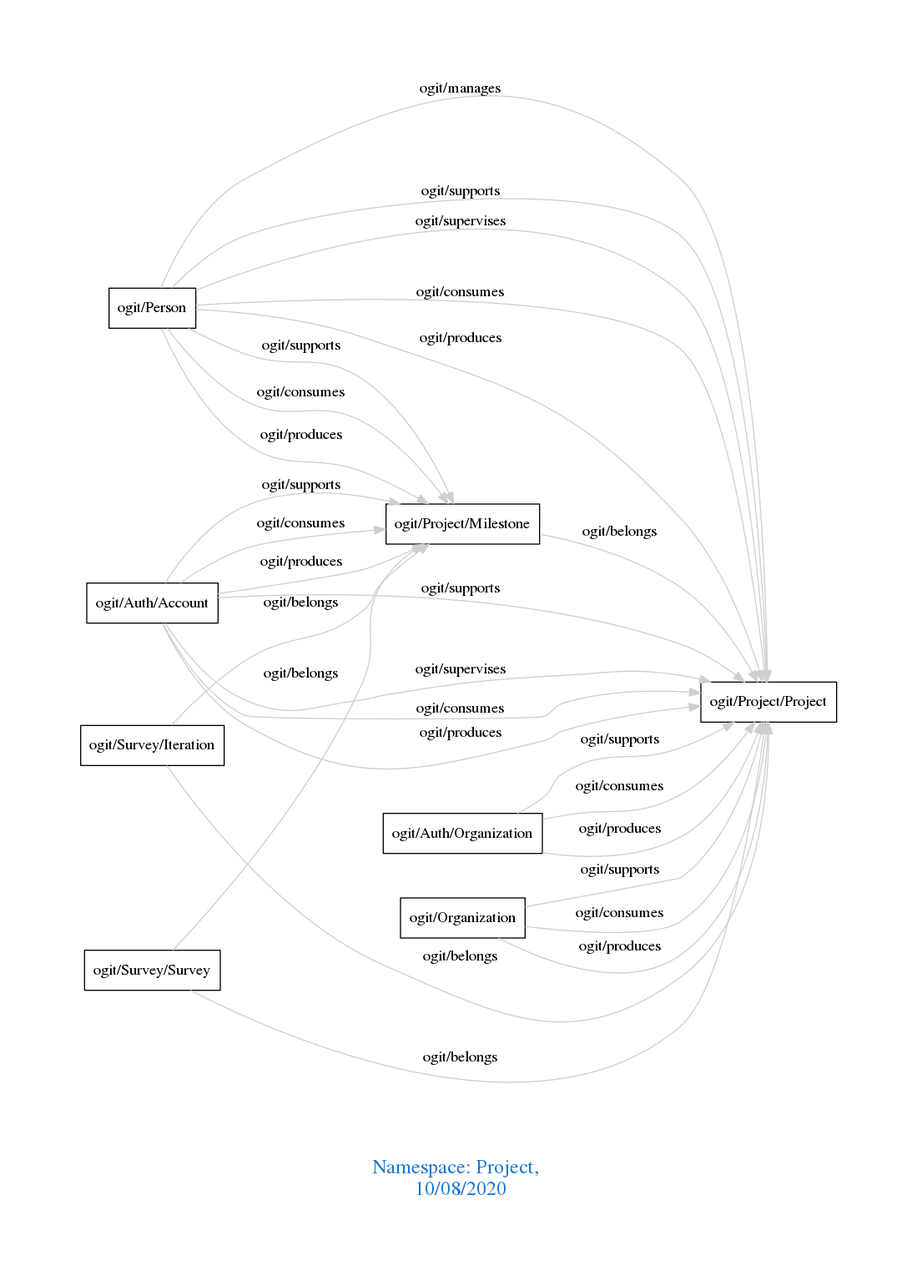
This is downloads/Project.png from arago/OGIT, a Graphviz export, as it was before one commit. Its source is kept beside it as downloads/Project.dot.
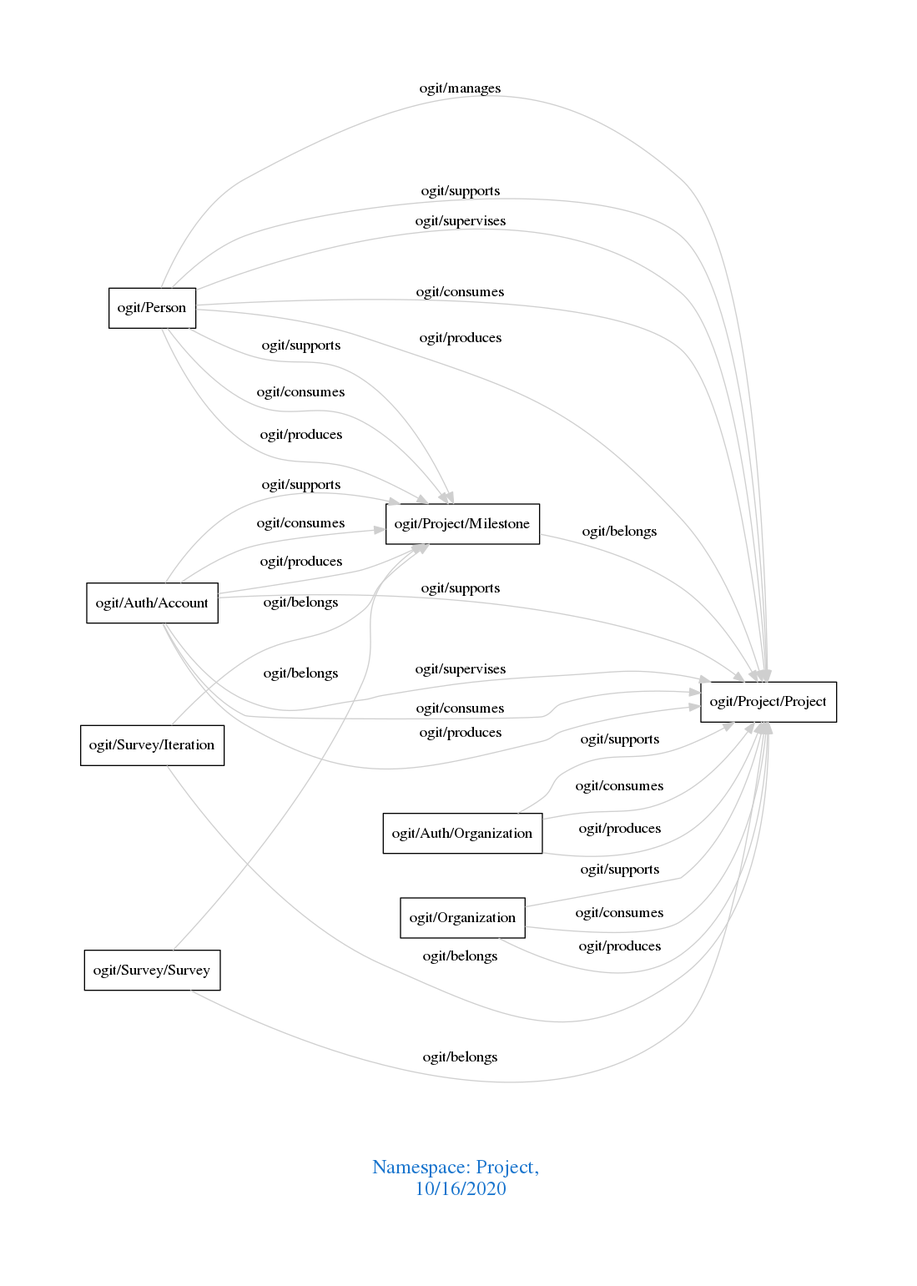
The same file after the commit.

Diff of the diagram source:
```diff
@@ -1,7 +1,7 @@
 digraph OGIT_ontology {
  graph [ rankdir= LR,pad=1
 fontsize = 18,
-fontcolor= dodgerblue3,label = "\n\n\nNamespace: Project, \n 10/08/2020"];
+fontcolor= dodgerblue3,label = "\n\n\nNamespace: Project, \n 10/16/2020"];
 node[shape=polygon];
 edge [  color="gray81"];
 
```
